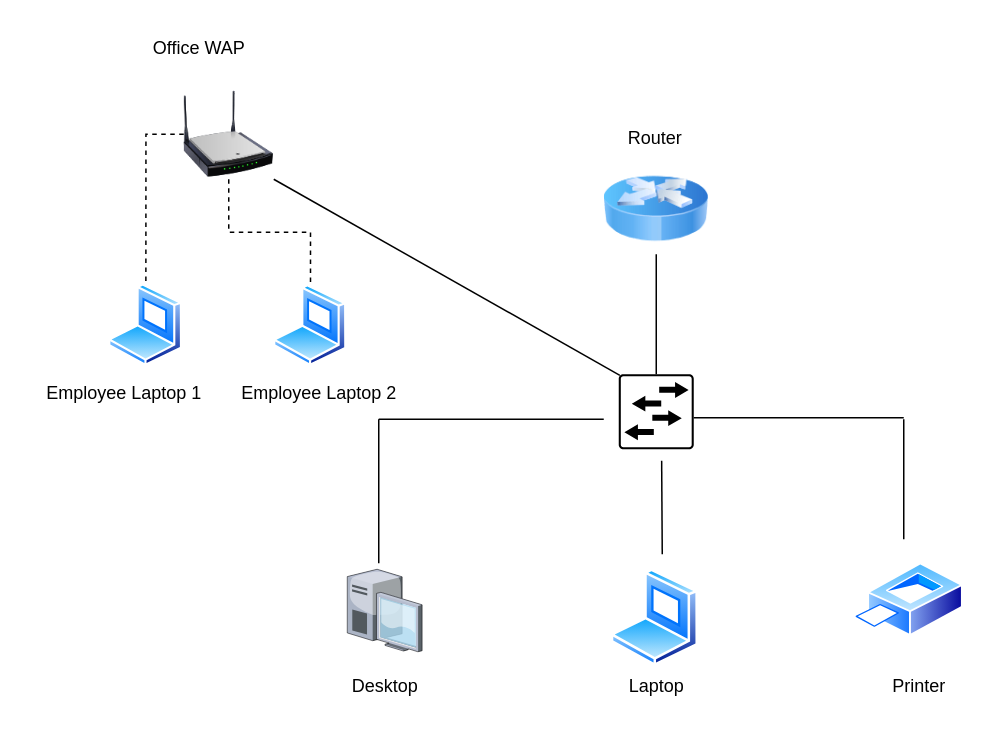
Earlier version of the draw.io diagram Basic Network Design.drawio (Mosalah992/Network-Fundementals-). Source tidied: cells renumbered, new cells numbered last; positions are measured from the earlier drawing's top-left corner, leaving out a move shared by most shapes. Both pictures are drawn from the tidied source at 150%, with x=0, y=0 at pixel (26, 26).
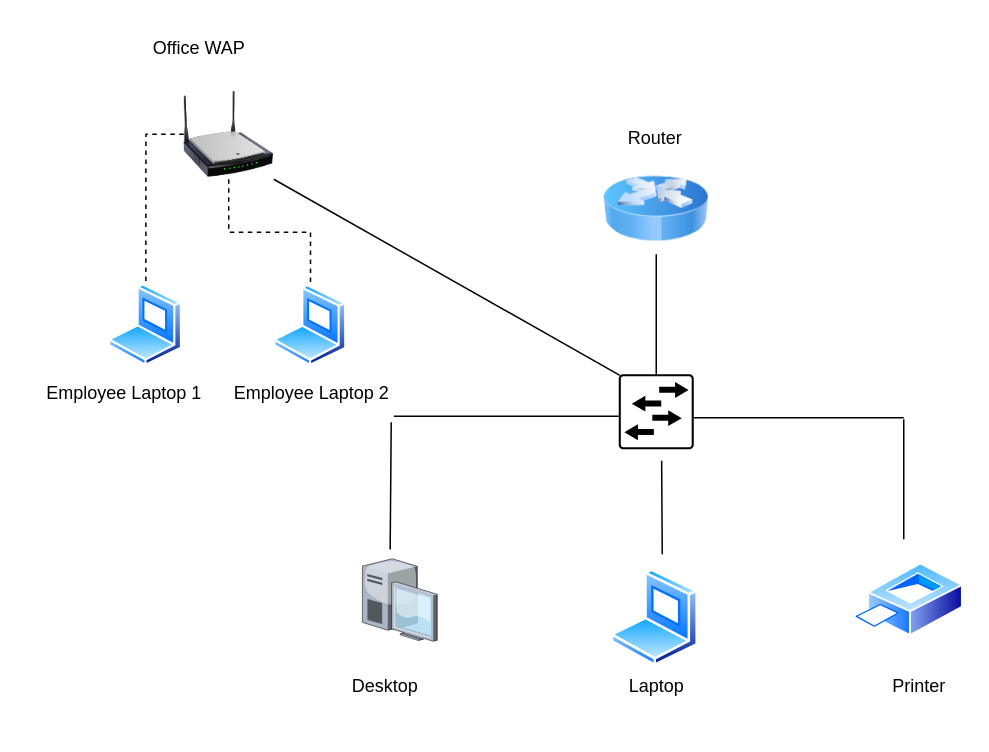
The same page after the edit.

The edit, as a diff of the source:
```diff
@@
     <mxCell id="4" style="verticalLabelPosition=bottom;sketch=0;html=1;verticalAlign=top;strokeColor=none;align=center;outlineConnect=0;shape=mxgraph.citrix.desktop;labelBackgroundColor=none;" parent="1" vertex="1">
-      <mxGeometry x="214" y="362" width="49.9" height="55" as="geometry" />
+      <mxGeometry x="224.1" y="355" width="49.9" height="55" as="geometry" />
     </mxCell>
@@
-    <mxCell id="15" style="endArrow=none;html=1;rounded=0;" parent="1" edge="1">
-      <mxGeometry relative="1" as="geometry">
-        <mxPoint x="235" y="358" as="sourcePoint" />
-        <mxPoint x="235" y="262" as="targetPoint" />
-      </mxGeometry>
+    <mxCell id="15" style="endArrow=none;html=1;rounded=0;entryX=0.914;entryY=0.8;entryDx=0;entryDy=0;entryPerimeter=0;exitX=0.371;exitY=-0.113;exitDx=0;exitDy=0;exitPerimeter=0;" parent="1" edge="1" source="4" target="24">
+      <mxGeometry relative="1" as="geometry" />
     </mxCell>
     <mxCell id="16" style="endArrow=none;html=1;rounded=0;" parent="1" edge="1">
       <mxGeometry relative="1" as="geometry">
-        <mxPoint x="235" y="262" as="sourcePoint" />
-        <mxPoint x="385" y="262" as="targetPoint" />
+        <mxPoint x="245" y="260" as="sourcePoint" />
+        <mxPoint x="395" y="260" as="targetPoint" />
       </mxGeometry>
     </mxCell>
@@
     <mxCell id="24" value="&lt;div&gt;Employee Laptop 2&lt;/div&gt;&lt;div&gt;&lt;br&gt;&lt;/div&gt;" style="text;html=1;align=center;verticalAlign=middle;points=[];strokeColor=none;fillColor=none;" parent="1" vertex="1">
-      <mxGeometry x="130" y="232" width="130" height="40" as="geometry" />
+      <mxGeometry x="124.5" y="232" width="130" height="40" as="geometry" />
     </mxCell>
```
